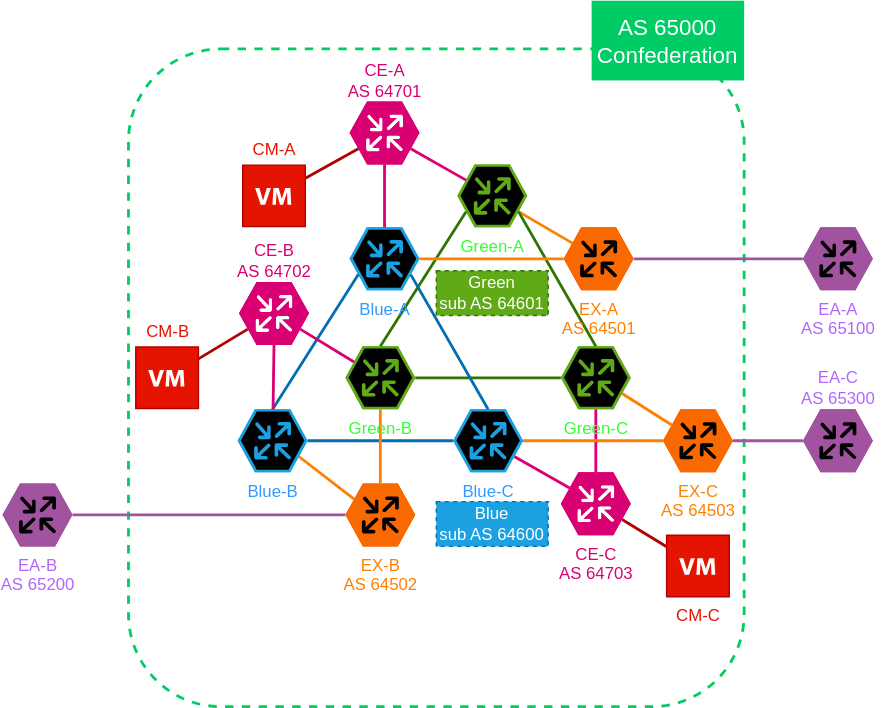
Sabaniki/bg-switcher keeps this draw.io diagram as memo/topo.svg. Above is the earlier version. Source tidied: cells renumbered, new cells last; positions are measured from the earlier drawing's top-left corner, leaving out a move shared by most shapes.
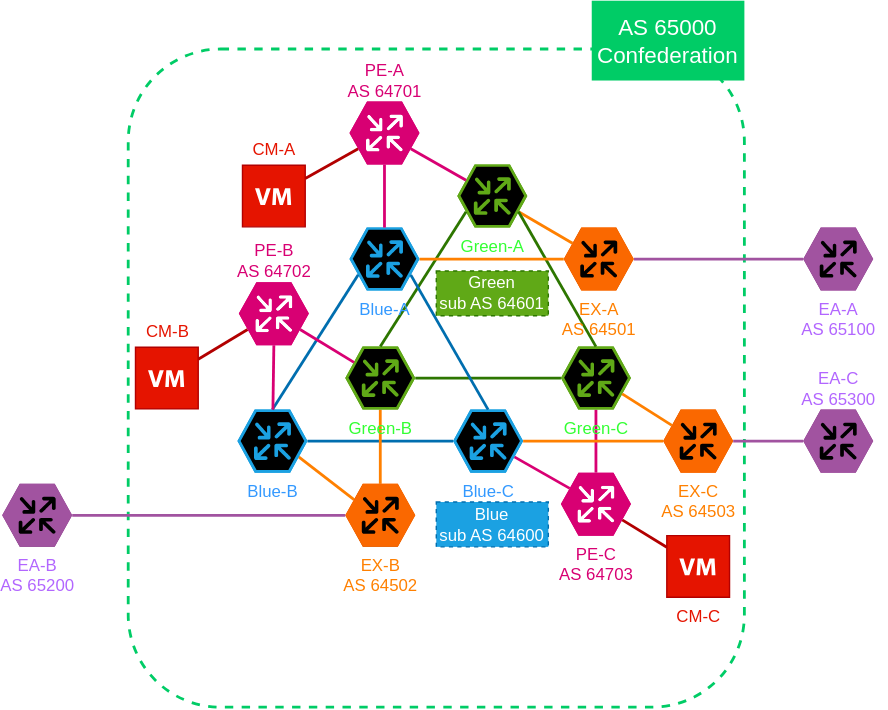
Later version of the same file.

The edit, as a diff of the source:
```diff
@@ -98,7 +98,7 @@
     <mxCell id="33" style="edgeStyle=none;html=1;exitX=0.875;exitY=0.75;exitDx=0;exitDy=0;exitPerimeter=0;fontSize=12;fontColor=#D80073;endArrow=none;endFill=0;strokeColor=#B20000;strokeWidth=2;fillColor=#e51400;" parent="1" edge="1" source="34" target="50">
       <mxGeometry relative="1" as="geometry" />
     </mxCell>
-    <mxCell id="34" value="&lt;span style=&quot;color: rgb(216 , 0 , 115)&quot;&gt;CE-C&lt;br&gt;AS 64703&lt;br&gt;&lt;/span&gt;" style="verticalLabelPosition=bottom;sketch=0;html=1;fillColor=#d80073;strokeColor=none;verticalAlign=top;align=center;points=[[0,0.5,0],[0.125,0.25,0],[0.25,0,0],[0.5,0,0],[0.75,0,0],[0.875,0.25,0],[1,0.5,0],[0.875,0.75,0],[0.75,1,0],[0.5,1,0],[0.125,0.75,0]];shape=mxgraph.cisco_safe.compositeIcon;bgIcon=mxgraph.cisco_safe.design.blank_device;resIcon=mxgraph.cisco_safe.design.router;dashed=1;fontSize=12;fontColor=#ffffff;" parent="1" vertex="1">
+    <mxCell id="34" value="&lt;span style=&quot;color: rgb(216 , 0 , 115)&quot;&gt;PE-C&lt;br&gt;AS 64703&lt;br&gt;&lt;/span&gt;" style="verticalLabelPosition=bottom;sketch=0;html=1;fillColor=#d80073;strokeColor=none;verticalAlign=top;align=center;points=[[0,0.5,0],[0.125,0.25,0],[0.25,0,0],[0.5,0,0],[0.75,0,0],[0.875,0.25,0],[1,0.5,0],[0.875,0.75,0],[0.75,1,0],[0.5,1,0],[0.125,0.75,0]];shape=mxgraph.cisco_safe.compositeIcon;bgIcon=mxgraph.cisco_safe.design.blank_device;resIcon=mxgraph.cisco_safe.design.router;dashed=1;fontSize=12;fontColor=#ffffff;" parent="1" vertex="1">
       <mxGeometry x="399" y="337" width="50" height="45" as="geometry" />
     </mxCell>
     <mxCell id="35" style="edgeStyle=none;html=1;exitX=0.5;exitY=1;exitDx=0;exitDy=0;exitPerimeter=0;fontSize=12;fontColor=#B266FF;endArrow=none;endFill=0;strokeWidth=2;strokeColor=#D80073;" parent="1" edge="1" source="38" target="4">
@@ -125,10 +125,10 @@
     <mxCell id="42" style="verticalLabelPosition=bottom;sketch=0;html=1;fillColor=#d80073;strokeColor=none;verticalAlign=top;align=center;points=[[0,0.5,0],[0.125,0.25,0],[0.25,0,0],[0.5,0,0],[0.75,0,0],[0.875,0.25,0],[1,0.5,0],[0.875,0.75,0],[0.75,1,0],[0.5,1,0],[0.125,0.75,0]];shape=mxgraph.cisco_safe.compositeIcon;bgIcon=mxgraph.cisco_safe.design.blank_device;resIcon=mxgraph.cisco_safe.design.router;dashed=1;fontSize=12;fontColor=#ffffff;" parent="1" vertex="1">
       <mxGeometry x="248" y="72" width="50" height="45" as="geometry" />
     </mxCell>
-    <mxCell id="43" value="CE-A&lt;br&gt;AS 64701" style="text;html=1;align=center;verticalAlign=middle;strokeColor=none;fillColor=none;fontSize=12;fontColor=#D80073;" parent="1" vertex="1">
+    <mxCell id="43" value="PE-A&lt;br&gt;AS 64701" style="text;html=1;align=center;verticalAlign=middle;strokeColor=none;fillColor=none;fontSize=12;fontColor=#D80073;" parent="1" vertex="1">
       <mxGeometry x="238" y="42" width="70" height="30" as="geometry" />
     </mxCell>
-    <mxCell id="44" value="CE-B&lt;br&gt;AS 64702" style="text;html=1;align=center;verticalAlign=middle;strokeColor=none;fillColor=none;fontSize=12;fontColor=#D80073;" parent="1" vertex="1">
+    <mxCell id="44" value="PE-B&lt;br&gt;AS 64702" style="text;html=1;align=center;verticalAlign=middle;strokeColor=none;fillColor=none;fontSize=12;fontColor=#D80073;" parent="1" vertex="1">
       <mxGeometry x="159" y="171" width="70" height="30" as="geometry" />
     </mxCell>
     <mxCell id="45" style="shadow=0;dashed=0;html=1;strokeColor=#B20000;fillColor=#e51400;labelPosition=center;verticalLabelPosition=bottom;verticalAlign=top;align=center;outlineConnect=0;shape=mxgraph.veeam.2d.virtual_machine;fontSize=12;fontColor=default;" parent="1" vertex="1">
```
